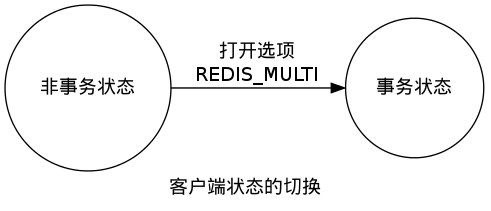
Earlier version of the Graphviz export feature/image/non_transaction_to_transaction.png (huangzworks/redisbook). Its source is kept beside it as feature/image/non_transaction_to_transaction.dot.
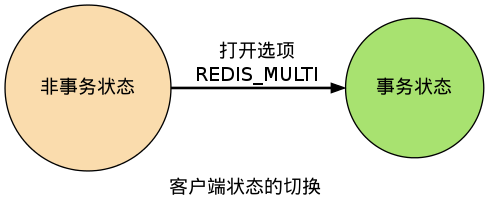
The same diagram one commit later.

What changed in the source:
```diff
@@ -1,12 +1,16 @@
 digraph normal_to_transaction {
+
     rankdir = LR;
-    node [shape = circle];
+
+    node [shape = circle, style = filled];
+
+    edge [style = bold];
 
     label = "客户端状态的切换";
 
-    normal [label = "非事务状态"];
+    normal [label = "非事务状态", fillcolor = "#FADCAD"];
 
-    transaction [label = "事务状态"];
+    transaction [label = "事务状态", fillcolor = "#A8E270"];
 
     normal -> transaction [label = "打开选项\nREDIS_MULTI"];
 }
```
